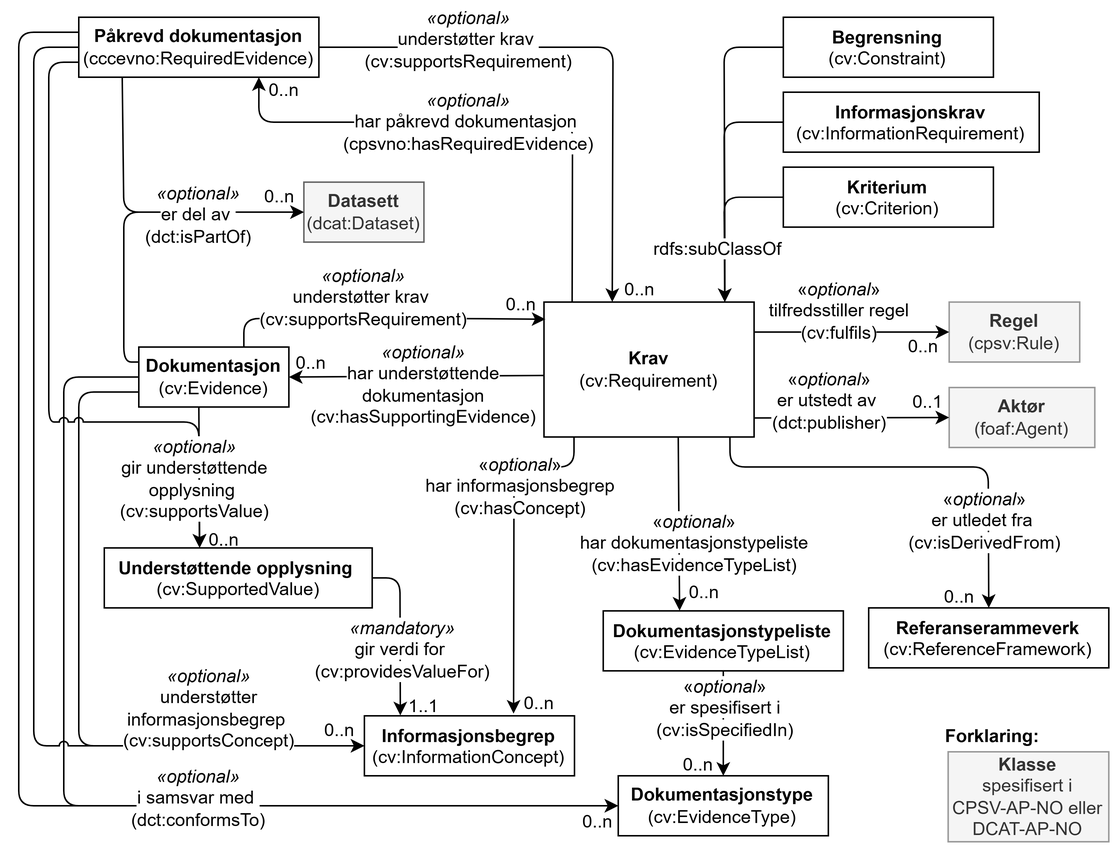
This is docs/images/CCCEV-AP-NO-klasser.png from Informasjonsforvaltning/cccev-ap-no, a draw.io export, as it was before one commit. Source tidied: cells renumbered, new cells last; positions are measured from the earlier drawing's top-left corner, leaving out a move shared by most shapes.
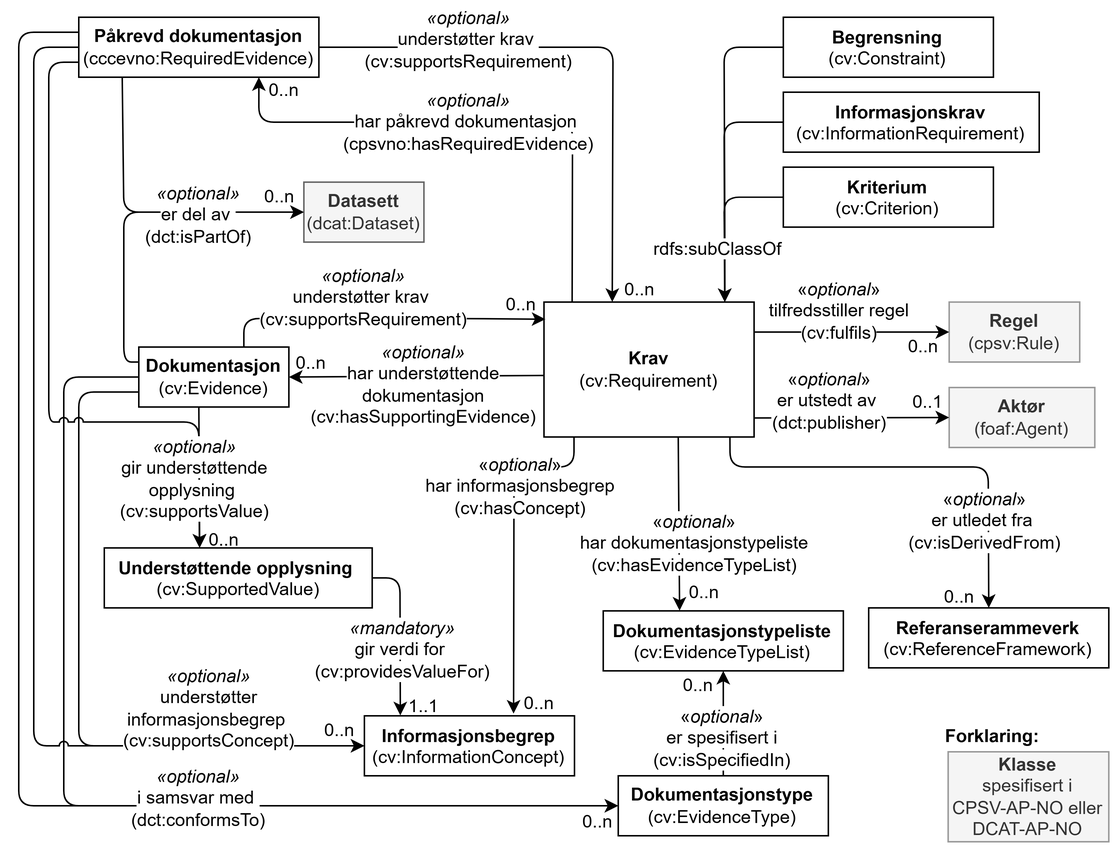
Later version of the same file.

Commit message:
Oppdaterer fig. 2 etter gj.gang av KSF

Diff of the diagram source:
```diff
@@ -87,14 +87,14 @@
     <mxCell id="25" value="&lt;b style=&quot;color: rgb(0, 0, 0);&quot;&gt;Dokumentasjonstype&lt;/b&gt;&lt;br style=&quot;color: rgb(0, 0, 0);&quot;&gt;&lt;span style=&quot;color: rgb(0, 0, 0);&quot;&gt;(cv:EvidenceType)&lt;/span&gt;" style="rounded=0;whiteSpace=wrap;html=1;verticalAlign=middle;strokeColor=#000000;" parent="1" vertex="1">
       <mxGeometry x="399.5" y="506" width="140" height="40" as="geometry" />
     </mxCell>
-    <mxCell id="26" style="endArrow=classic;html=1;rounded=0;exitX=0.5;exitY=1;exitDx=0;exitDy=0;entryX=0.5;entryY=0;entryDx=0;entryDy=0;" parent="1" edge="1" source="7" target="25">
+    <mxCell id="26" style="endArrow=classic;html=1;rounded=0;exitX=0.5;exitY=0;exitDx=0;exitDy=0;entryX=0.5;entryY=1;entryDx=0;entryDy=0;" parent="1" edge="1" source="25" target="7">
       <mxGeometry relative="1" as="geometry" />
     </mxCell>
     <mxCell id="27" value="&lt;span style=&quot;background-color: rgb(255, 255, 255);&quot;&gt;«&lt;i style=&quot;&quot;&gt;optional&lt;/i&gt;»&lt;br&gt;&lt;span style=&quot;text-align: left;&quot;&gt;er spesifisert i (cv:isSpecifiedIn)&lt;/span&gt;&lt;/span&gt;" style="text;html=1;strokeColor=none;fillColor=none;align=center;verticalAlign=middle;whiteSpace=wrap;rounded=0;" parent="1" vertex="1">
-      <mxGeometry x="416.5" y="436" width="110" height="50" as="geometry" />
+      <mxGeometry x="414.5" y="456" width="110" height="50" as="geometry" />
     </mxCell>
     <mxCell id="28" value="0..n" style="text;html=1;strokeColor=none;fillColor=none;align=center;verticalAlign=middle;whiteSpace=wrap;rounded=0;" parent="1" vertex="1">
-      <mxGeometry x="436.5" y="489" width="34" height="20" as="geometry" />
+      <mxGeometry x="436.5" y="436" width="34" height="20" as="geometry" />
     </mxCell>
     <mxCell id="29" style="endArrow=classic;html=1;rounded=1;exitX=0;exitY=0.5;exitDx=0;exitDy=0;entryX=0.5;entryY=0;entryDx=0;entryDy=0;curved=0;" parent="1" edge="1" source="5">
       <mxGeometry relative="1" as="geometry">
```
